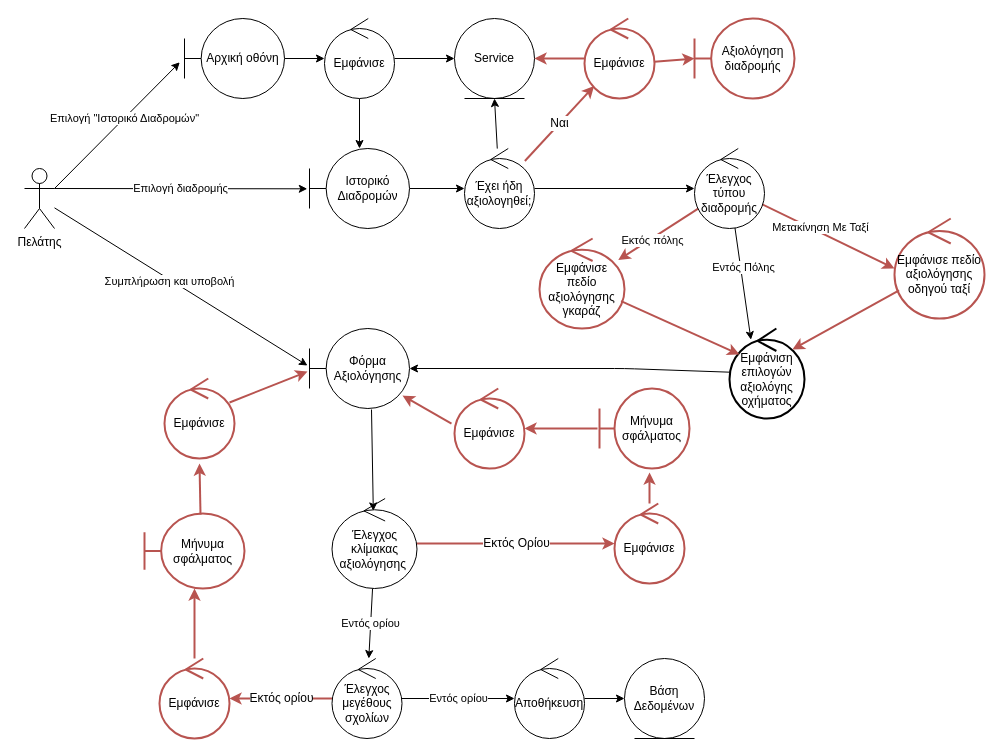
Before: Part_2/Robustness/diagrams/14_Αξιολόγηση.drawio in Nikolis2002/texnoligia_logismikou, a draw.io diagram. Source tidied: cells renumbered, new cells numbered last; positions are measured from the earlier drawing's top-left corner, leaving out a move shared by most shapes. Both pictures are drawn from the tidied source at 100%, with x=0, y=0 at pixel (24, 18).
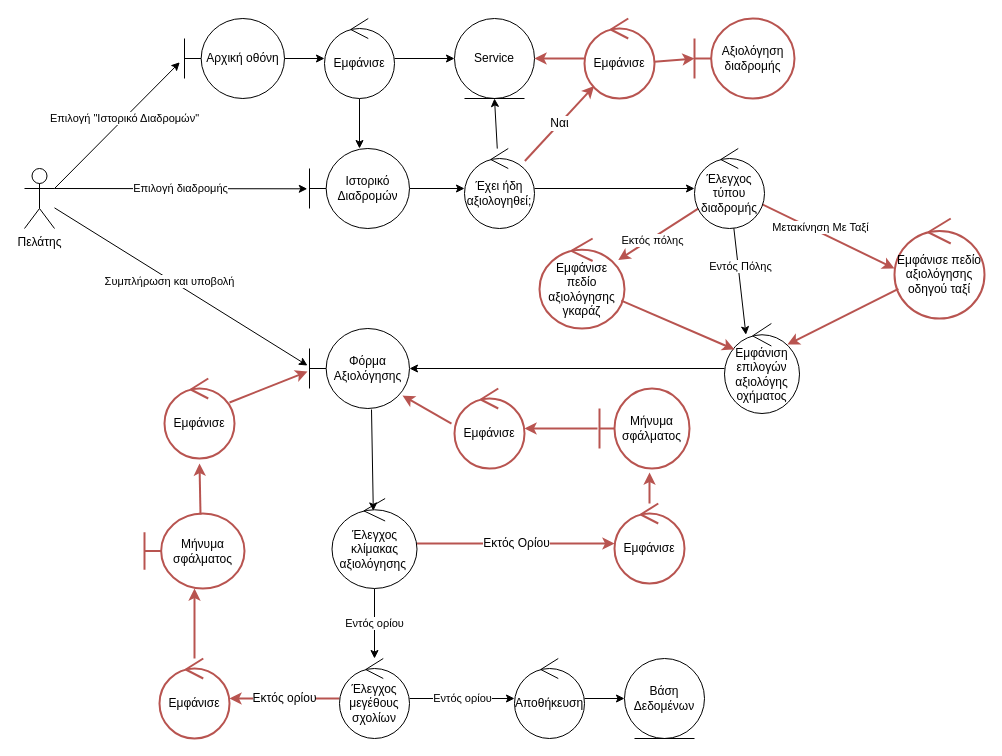
After the change.

Unchanged cells that the change refers to:
```xml
<mxCell id="20" value="Φόρμα Αξιολόγησης" style="shape=umlBoundary;whiteSpace=wrap;html=1;" parent="1" vertex="1">
  <mxGeometry x="285" y="310" width="100" height="80" as="geometry" />
</mxCell>
```

Change to the diagram source:
```diff
@@
     <mxCell id="17" style="edgeStyle=none;html=1;" parent="1" edge="1" source="18" target="20">
-      <mxGeometry relative="1" as="geometry">
-        <Array as="points">
-          <mxPoint x="600" y="350" />
-        </Array>
-      </mxGeometry>
+      <mxGeometry relative="1" as="geometry" />
     </mxCell>
-    <mxCell id="18" value="Εμφάνιση επιλογών αξιολόγης οχήματος" style="ellipse;shape=umlControl;whiteSpace=wrap;html=1;fillColor=default;strokeColor=default;strokeWidth=2;" parent="1" vertex="1">
-      <mxGeometry x="705" y="310" width="75" height="90" as="geometry" />
+    <mxCell id="18" value="Εμφάνιση επιλογών αξιολόγης οχήματος" style="ellipse;shape=umlControl;whiteSpace=wrap;html=1;fillColor=default;strokeColor=default;strokeWidth=1;" parent="1" vertex="1">
+      <mxGeometry x="700" y="305" width="75" height="90" as="geometry" />
     </mxCell>
@@
     <mxCell id="26" value="Έλεγχος μεγέθους σχολίων" style="ellipse;shape=umlControl;whiteSpace=wrap;html=1;" parent="1" vertex="1">
-      <mxGeometry x="307.5" y="640" width="70" height="80" as="geometry" />
+      <mxGeometry x="315" y="640" width="70" height="80" as="geometry" />
     </mxCell>
```
